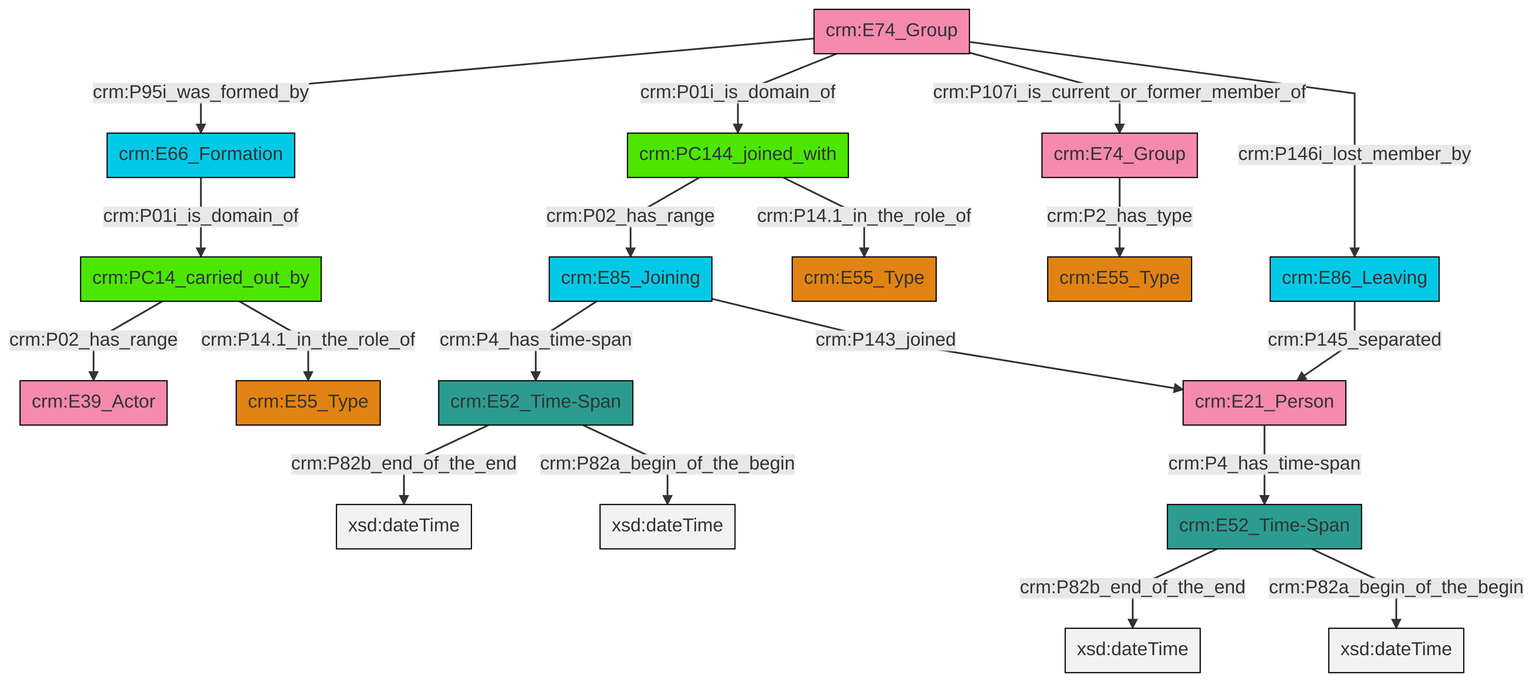
swiss-art-research-net/reference-data-models keeps this Mermaid diagram as et/groupCSV/ttl/mmd/png/group_actor_relations.png. Above is the earlier version. Its source is kept beside it as et/groupCSV/ttl/mmd/group_actor_relations.ttl.mmd.
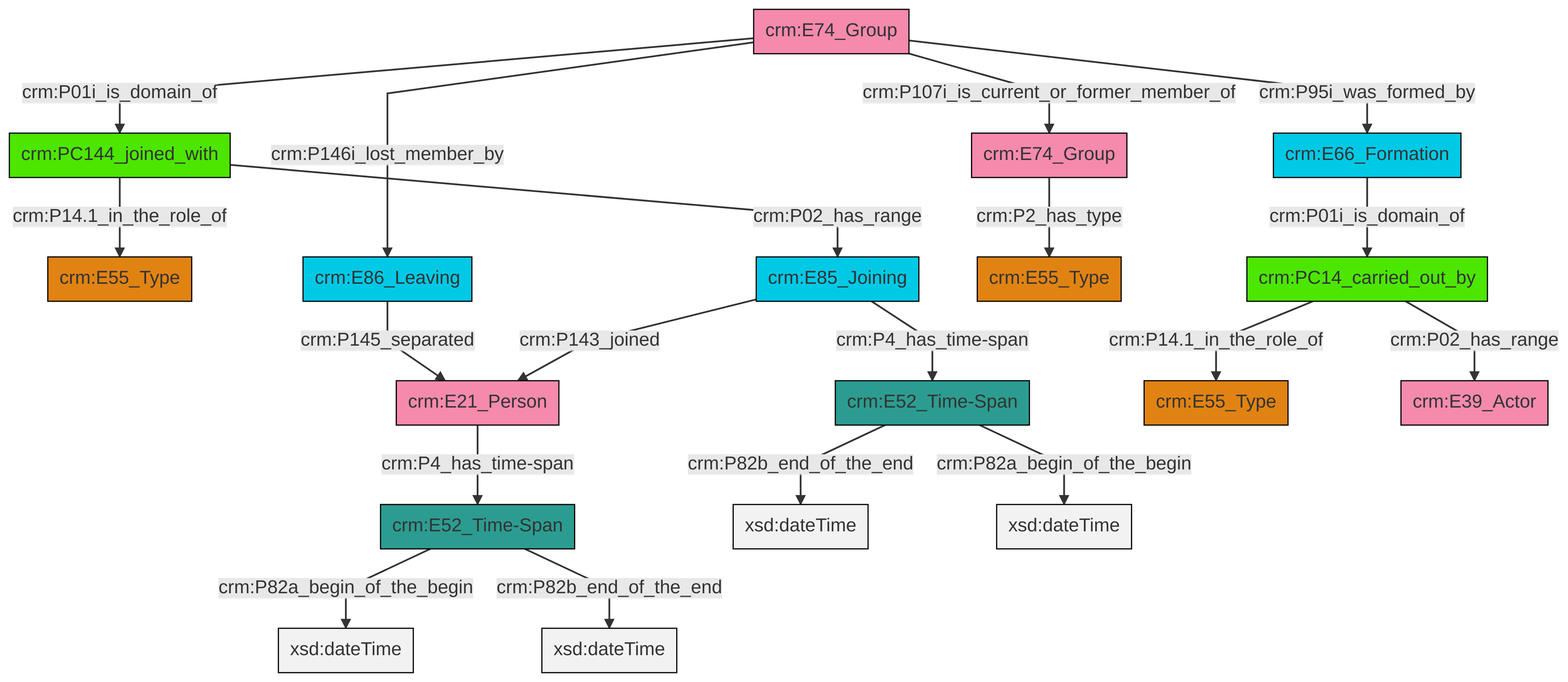
The same file after the commit.

Change to the diagram source:
```diff
@@ -13,21 +13,21 @@
 classDef PC_Classes fill:#4ce600, stroke:#000000;
 classDef Multi fill:#cccccc,stroke:#000000;
 
-0["crm:PC14_carried_out_by"]:::PC_Classes -->|crm:P02_has_range| 1["crm:E39_Actor"]:::Actor
-9["crm:E52_Time-Span"]:::Time-Span -->|crm:P82b_end_of_the_end| 10[xsd:dateTime]:::Literal
-11["crm:E66_Formation"]:::Temporal_Entity -->|crm:P01i_is_domain_of| 0["crm:PC14_carried_out_by"]:::PC_Classes
-12["crm:E74_Group"]:::Actor -->|crm:P146i_lost_member_by| 3["crm:E86_Leaving"]:::Temporal_Entity
-0["crm:PC14_carried_out_by"]:::PC_Classes -->|crm:P14.1_in_the_role_of| 5["crm:E55_Type"]:::Type
-13["crm:PC144_joined_with"]:::PC_Classes -->|crm:P14.1_in_the_role_of| 14["crm:E55_Type"]:::Type
-7["crm:E74_Group"]:::Actor -->|crm:P2_has_type| 15["crm:E55_Type"]:::Type
-3["crm:E86_Leaving"]:::Temporal_Entity -->|crm:P145_separated| 16["crm:E21_Person"]:::Actor
-17["crm:E85_Joining"]:::Temporal_Entity -->|crm:P4_has_time-span| 9["crm:E52_Time-Span"]:::Time-Span
-9["crm:E52_Time-Span"]:::Time-Span -->|crm:P82a_begin_of_the_begin| 18[xsd:dateTime]:::Literal
-16["crm:E21_Person"]:::Actor -->|crm:P4_has_time-span| 20["crm:E52_Time-Span"]:::Time-Span
-20["crm:E52_Time-Span"]:::Time-Span -->|crm:P82b_end_of_the_end| 22[xsd:dateTime]:::Literal
-12["crm:E74_Group"]:::Actor -->|crm:P107i_is_current_or_former_member_of| 7["crm:E74_Group"]:::Actor
-17["crm:E85_Joining"]:::Temporal_Entity -->|crm:P143_joined| 16["crm:E21_Person"]:::Actor
-13["crm:PC144_joined_with"]:::PC_Classes -->|crm:P02_has_range| 17["crm:E85_Joining"]:::Temporal_Entity
-12["crm:E74_Group"]:::Actor -->|crm:P01i_is_domain_of| 13["crm:PC144_joined_with"]:::PC_Classes
-20["crm:E52_Time-Span"]:::Time-Span -->|crm:P82a_begin_of_the_begin| 28[xsd:dateTime]:::Literal
-12["crm:E74_Group"]:::Actor -->|crm:P95i_was_formed_by| 11["crm:E66_Formation"]:::Temporal_Entity
+0["crm:E52_Time-Span"]:::Time-Span -->|crm:P82a_begin_of_the_begin| 1[xsd:dateTime]:::Literal
+4["crm:E74_Group"]:::Actor -->|crm:P01i_is_domain_of| 5["crm:PC144_joined_with"]:::PC_Classes
+12["crm:E86_Leaving"]:::Temporal_Entity -->|crm:P145_separated| 10["crm:E21_Person"]:::Actor
+14["crm:E52_Time-Span"]:::Time-Span -->|crm:P82b_end_of_the_end| 15[xsd:dateTime]:::Literal
+10["crm:E21_Person"]:::Actor -->|crm:P4_has_time-span| 0["crm:E52_Time-Span"]:::Time-Span
+6["crm:PC14_carried_out_by"]:::PC_Classes -->|crm:P14.1_in_the_role_of| 16["crm:E55_Type"]:::Type
+8["crm:E66_Formation"]:::Temporal_Entity -->|crm:P01i_is_domain_of| 6["crm:PC14_carried_out_by"]:::PC_Classes
+14["crm:E52_Time-Span"]:::Time-Span -->|crm:P82a_begin_of_the_begin| 19[xsd:dateTime]:::Literal
+4["crm:E74_Group"]:::Actor -->|crm:P146i_lost_member_by| 12["crm:E86_Leaving"]:::Temporal_Entity
+22["crm:E74_Group"]:::Actor -->|crm:P2_has_type| 17["crm:E55_Type"]:::Type
+6["crm:PC14_carried_out_by"]:::PC_Classes -->|crm:P02_has_range| 24["crm:E39_Actor"]:::Actor
+0["crm:E52_Time-Span"]:::Time-Span -->|crm:P82b_end_of_the_end| 26[xsd:dateTime]:::Literal
+4["crm:E74_Group"]:::Actor -->|crm:P107i_is_current_or_former_member_of| 22["crm:E74_Group"]:::Actor
+5["crm:PC144_joined_with"]:::PC_Classes -->|crm:P14.1_in_the_role_of| 2["crm:E55_Type"]:::Type
+32["crm:E85_Joining"]:::Temporal_Entity -->|crm:P143_joined| 10["crm:E21_Person"]:::Actor
+5["crm:PC144_joined_with"]:::PC_Classes -->|crm:P02_has_range| 32["crm:E85_Joining"]:::Temporal_Entity
+4["crm:E74_Group"]:::Actor -->|crm:P95i_was_formed_by| 8["crm:E66_Formation"]:::Temporal_Entity
+32["crm:E85_Joining"]:::Temporal_Entity -->|crm:P4_has_time-span| 14["crm:E52_Time-Span"]:::Time-Span
```
